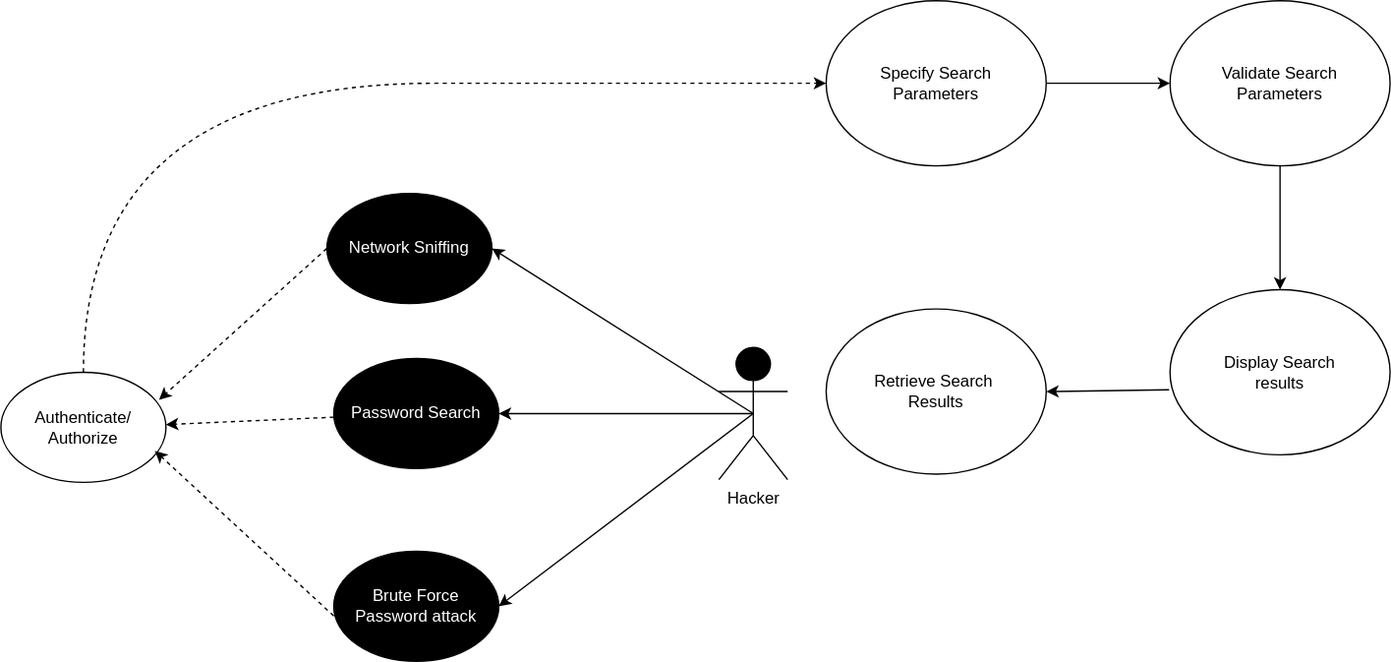
bartelsjoshuac/SAPG keeps this draw.io diagram as images/SRCH-Misuse Case 1.svg. Above is the earlier version. Source tidied: cells renumbered, new cells last; positions are measured from the earlier drawing's top-left corner, leaving out a move shared by most shapes. The source it was exported from:
```xml
<mxGraphModel>
  <root>
    <mxCell id="0" />
    <mxCell id="1" parent="0" />
    <mxCell id="2" style="edgeStyle=orthogonalEdgeStyle;rounded=0;jettySize=auto;html=1;exitX=0.5;exitY=0;exitDx=0;exitDy=0;entryX=0;entryY=0.5;entryDx=0;entryDy=0;curved=1;dashed=1;" parent="1" edge="1" source="3" target="5">
      <mxGeometry relative="1" as="geometry">
        <Array as="points">
          <mxPoint x="60" y="60" />
          <mxPoint x="570" y="60" />
        </Array>
      </mxGeometry>
    </mxCell>
    <mxCell id="3" value="Authenticate/&lt;br&gt;Authorize" style="ellipse;whiteSpace=wrap;html=1;" parent="1" vertex="1">
      <mxGeometry y="270" width="120" height="80" as="geometry" />
    </mxCell>
    <mxCell id="4" style="edgeStyle=orthogonalEdgeStyle;rounded=0;jettySize=auto;html=1;exitX=1;exitY=0.5;exitDx=0;exitDy=0;entryX=0;entryY=0.5;entryDx=0;entryDy=0;" parent="1" edge="1" source="5" target="6">
      <mxGeometry relative="1" as="geometry" />
    </mxCell>
    <mxCell id="5" value="Specify Search &lt;br&gt;Parameters" style="ellipse;whiteSpace=wrap;html=1;" parent="1" vertex="1">
      <mxGeometry x="600" width="160" height="120" as="geometry" />
    </mxCell>
    <mxCell id="6" value="Validate Search &lt;br&gt;Parameters" style="ellipse;whiteSpace=wrap;html=1;" parent="1" vertex="1">
      <mxGeometry x="850" width="160" height="120" as="geometry" />
    </mxCell>
    <mxCell id="7" value="Display Search &lt;br&gt;results" style="ellipse;whiteSpace=wrap;html=1;" parent="1" vertex="1">
      <mxGeometry x="850" y="210" width="160" height="120" as="geometry" />
    </mxCell>
    <mxCell id="8" style="endArrow=classic;html=1;rounded=0;entryX=0.5;entryY=0;entryDx=0;entryDy=0;exitX=0.5;exitY=1;exitDx=0;exitDy=0;" parent="1" edge="1" source="6" target="7">
      <mxGeometry relative="1" as="geometry" />
    </mxCell>
    <mxCell id="9" value="Retrieve Search&amp;nbsp;&lt;br&gt;Results" style="ellipse;whiteSpace=wrap;html=1;" parent="1" vertex="1">
      <mxGeometry x="600" y="224" width="160" height="120" as="geometry" />
    </mxCell>
    <mxCell id="10" style="endArrow=classic;html=1;rounded=0;entryX=1;entryY=0.5;entryDx=0;entryDy=0;exitX=-0.004;exitY=0.606;exitDx=0;exitDy=0;exitPerimeter=0;" parent="1" edge="1" source="7" target="9">
      <mxGeometry relative="1" as="geometry" />
    </mxCell>
    <mxCell id="11" value="&lt;font color=&quot;#ffffff&quot;&gt;Network Sniffing&lt;/font&gt;" style="ellipse;whiteSpace=wrap;html=1;fillColor=#000000;" parent="1" vertex="1">
      <mxGeometry x="237" y="140" width="120" height="80" as="geometry" />
    </mxCell>
    <mxCell id="12" value="&lt;font color=&quot;#ffffff&quot;&gt;Password Search&lt;/font&gt;" style="ellipse;whiteSpace=wrap;html=1;strokeColor=#000000;fillColor=#000000;" parent="1" vertex="1">
      <mxGeometry x="242" y="260" width="120" height="80" as="geometry" />
    </mxCell>
    <mxCell id="13" value="&lt;font color=&quot;#ffffff&quot;&gt;Brute Force Password attack&lt;/font&gt;" style="ellipse;whiteSpace=wrap;html=1;fillColor=#000000;" parent="1" vertex="1">
      <mxGeometry x="242" y="400" width="120" height="80" as="geometry" />
    </mxCell>
    <mxCell id="14" style="endArrow=classic;html=1;rounded=0;entryX=0.958;entryY=0.25;entryDx=0;entryDy=0;exitX=0;exitY=0.5;exitDx=0;exitDy=0;dashed=1;entryPerimeter=0;" parent="1" edge="1" source="11" target="3">
      <mxGeometry relative="1" as="geometry" />
    </mxCell>
    <mxCell id="15" style="endArrow=classic;html=1;rounded=0;dashed=1;" parent="1" edge="1" source="12">
      <mxGeometry relative="1" as="geometry">
        <mxPoint x="120" y="308" as="targetPoint" />
      </mxGeometry>
    </mxCell>
    <mxCell id="16" style="endArrow=classic;html=1;rounded=0;entryX=0.933;entryY=0.713;entryDx=0;entryDy=0;exitX=0;exitY=0.588;exitDx=0;exitDy=0;dashed=1;exitPerimeter=0;entryPerimeter=0;" parent="1" edge="1" source="13" target="3">
      <mxGeometry relative="1" as="geometry" />
    </mxCell>
    <mxCell id="17" value="Hacker" style="shape=umlActor;verticalLabelPosition=bottom;verticalAlign=top;html=1;outlineConnect=0;fillColor=#000000;" parent="1" vertex="1">
      <mxGeometry x="522" y="252" width="50" height="96" as="geometry" />
    </mxCell>
    <mxCell id="18" style="endArrow=classic;html=1;rounded=0;entryX=1;entryY=0.5;entryDx=0;entryDy=0;exitX=0.5;exitY=0.5;exitDx=0;exitDy=0;exitPerimeter=0;" parent="1" edge="1" source="17" target="11">
      <mxGeometry relative="1" as="geometry" />
    </mxCell>
    <mxCell id="19" style="endArrow=classic;html=1;rounded=0;entryX=1;entryY=0.5;entryDx=0;entryDy=0;exitX=0.5;exitY=0.5;exitDx=0;exitDy=0;exitPerimeter=0;" parent="1" edge="1" source="17" target="12">
      <mxGeometry relative="1" as="geometry" />
    </mxCell>
    <mxCell id="20" style="endArrow=classic;html=1;rounded=0;entryX=1;entryY=0.5;entryDx=0;entryDy=0;exitX=0.5;exitY=0.5;exitDx=0;exitDy=0;exitPerimeter=0;" parent="1" edge="1" source="17" target="13">
      <mxGeometry relative="1" as="geometry" />
    </mxCell>
  </root>
</mxGraphModel>
```
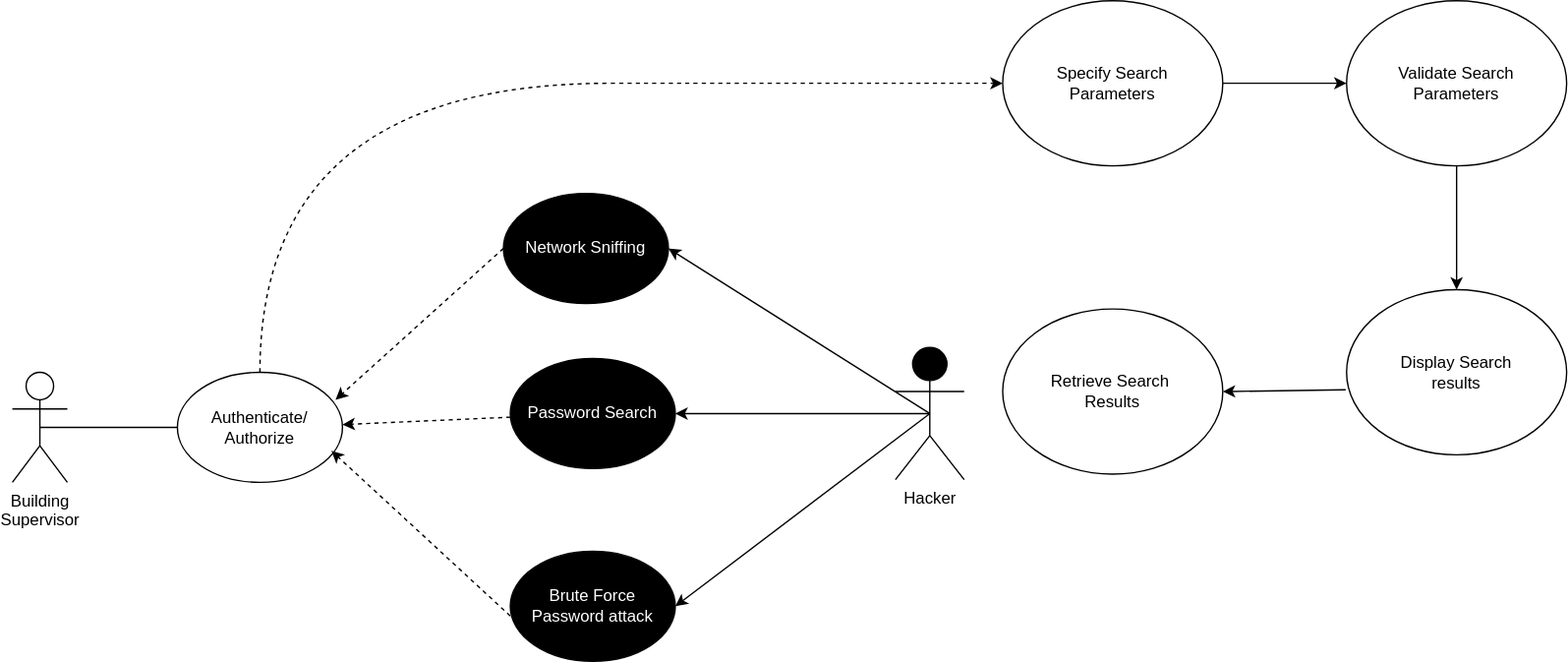
The same file after the commit.

The edit, as a diff of the source:
```diff
@@ -66,5 +66,13 @@
     <mxCell id="20" style="endArrow=classic;html=1;rounded=0;entryX=1;entryY=0.5;entryDx=0;entryDy=0;exitX=0.5;exitY=0.5;exitDx=0;exitDy=0;exitPerimeter=0;" parent="1" edge="1" source="17" target="13">
       <mxGeometry relative="1" as="geometry" />
     </mxCell>
+    <mxCell id="21" value="Building &lt;br&gt;Supervisor" style="shape=umlActor;verticalLabelPosition=bottom;verticalAlign=top;html=1;outlineConnect=0;" parent="1" vertex="1">
+      <mxGeometry x="-120" y="270" width="40" height="80" as="geometry" />
+    </mxCell>
+    <mxCell id="22" style="endArrow=none;html=1;rounded=0;exitX=0.5;exitY=0.5;exitDx=0;exitDy=0;exitPerimeter=0;entryX=0;entryY=0.5;entryDx=0;entryDy=0;" parent="1" edge="1" source="21">
+      <mxGeometry relative="1" as="geometry">
+        <mxPoint y="310" as="targetPoint" />
+      </mxGeometry>
+    </mxCell>
   </root>
 </mxGraphModel>
```
